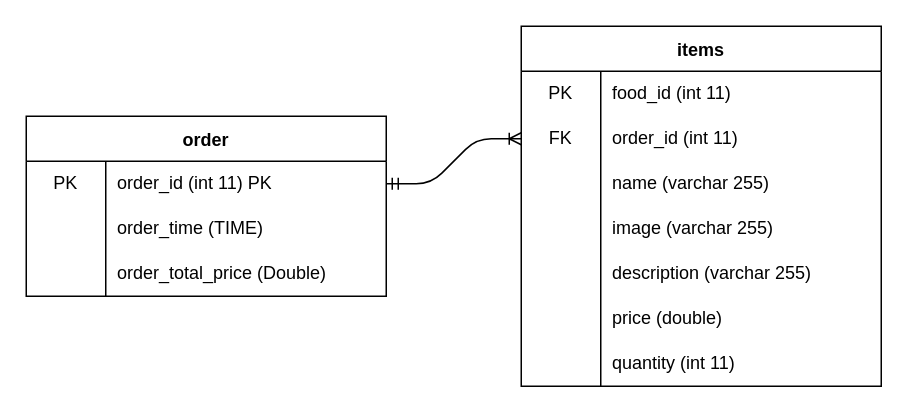
Above: DOCS/Diagrams/ERD Diagram.drawio in alexxGmZ/MenuMaApp (draw.io), before the change. Source tidied: cells renumbered, new cells numbered last; positions are measured from the earlier drawing's top-left corner, leaving out a move shared by most shapes. Both pictures are drawn from the tidied source at 150%, with x=0, y=0 at pixel (26, 26).
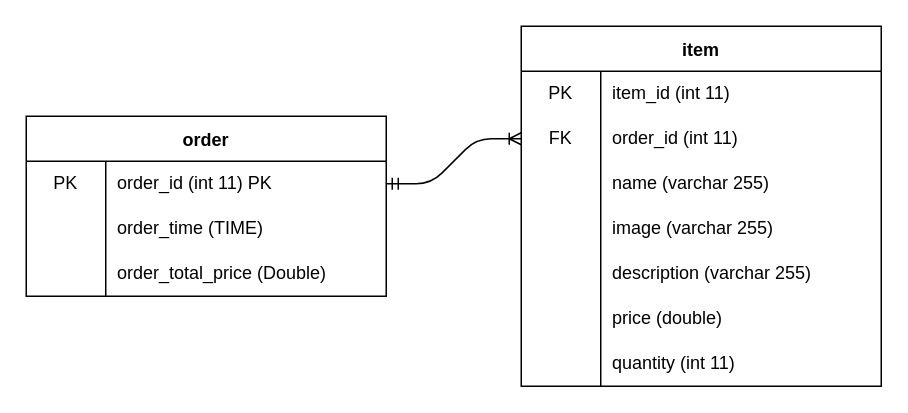
The same page after the edit.

Commit message:
erd: change primary key name

Unchanged cells that the change refers to:
```xml
<mxCell id="13" style="shape=tableRow;horizontal=0;startSize=0;swimlaneHead=0;swimlaneBody=0;top=0;left=0;bottom=0;right=0;fillColor=none;" parent="12" vertex="1">
  <mxGeometry y="30" width="240" height="30" as="geometry" />
</mxCell>
```

Change to the diagram source:
```diff
@@
-    <mxCell id="12" value="items" style="shape=table;startSize=30;childLayout=tableLayout;rowLines=0;fontStyle=1;" parent="1" vertex="1">
+    <mxCell id="12" value="item" style="shape=table;startSize=30;childLayout=tableLayout;rowLines=0;fontStyle=1;" parent="1" vertex="1">
       <mxGeometry x="330" width="240" height="240" as="geometry" />
     </mxCell>
@@
-    <mxCell id="15" value="food_id (int 11)" style="shape=partialRectangle;html=1;whiteSpace=wrap;fillColor=none;top=0;left=0;bottom=0;right=0;align=left;spacingLeft=6;overflow=hidden;" parent="13" vertex="1">
+    <mxCell id="15" value="item_id (int 11)" style="shape=partialRectangle;html=1;whiteSpace=wrap;fillColor=none;top=0;left=0;bottom=0;right=0;align=left;spacingLeft=6;overflow=hidden;" parent="13" vertex="1">
       <mxGeometry x="53" width="187" height="30" as="geometry" />
     </mxCell>
```
